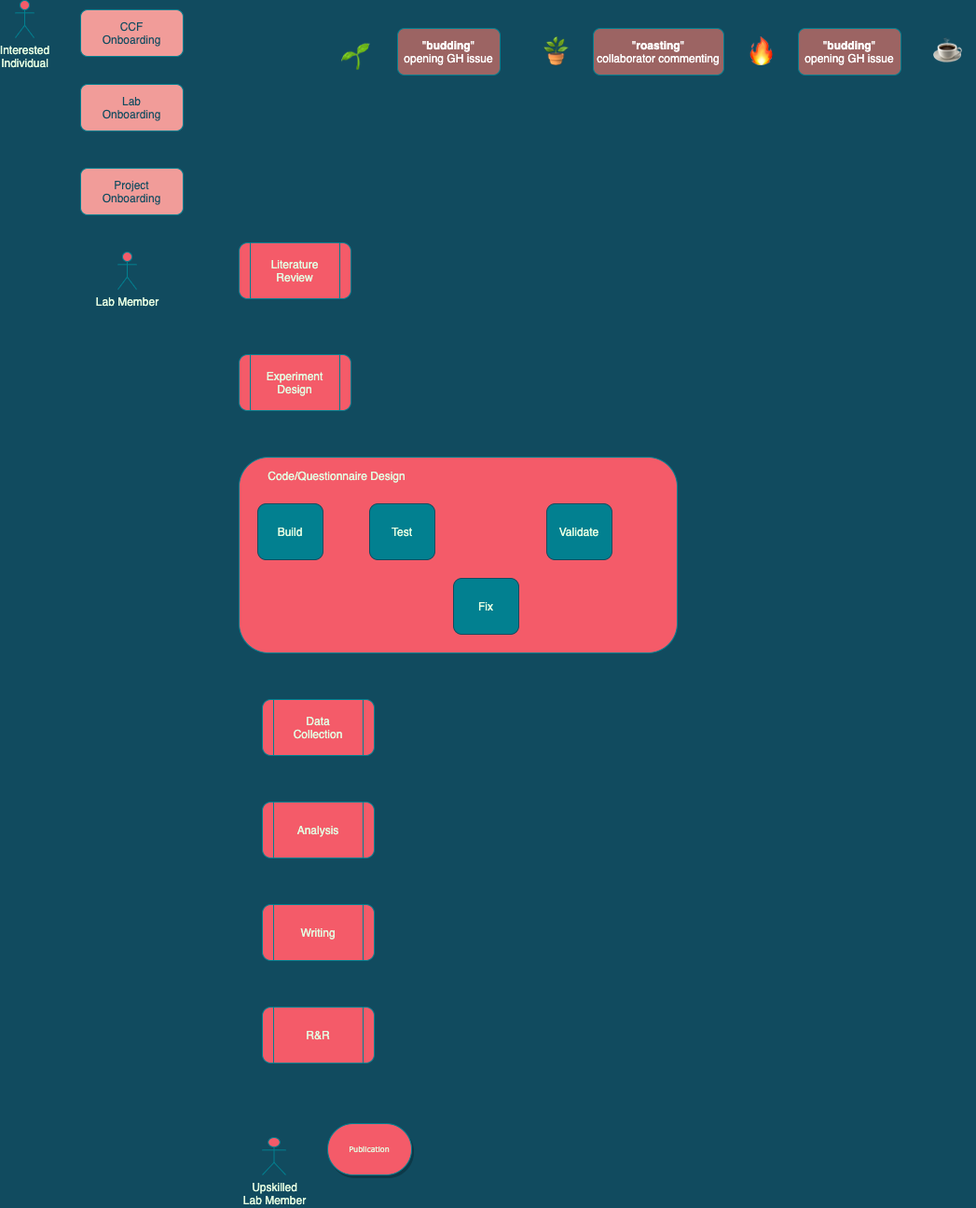
Above: Untitled Diagram.png in jessb0t/marathons (draw.io), before the change. Source tidied: cells renumbered, new cells last; positions are measured from the earlier drawing's top-left corner, leaving out a move shared by most shapes.
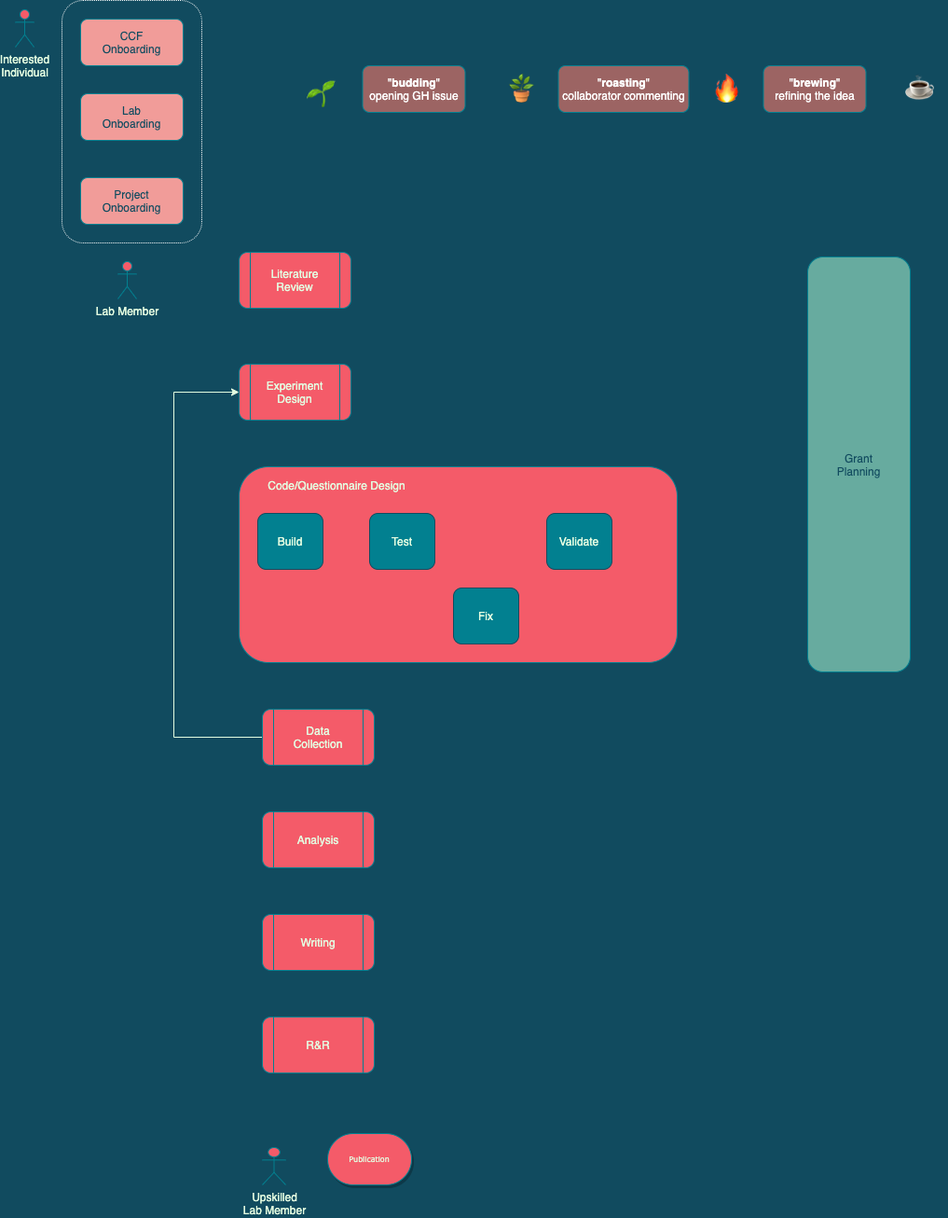
After the commit.

What changed in the source:
```diff
@@ -14,6 +14,14 @@
     <mxCell id="5" style="rounded=1;whiteSpace=wrap;html=1;sketch=0;fontColor=#E4FDE1;strokeColor=#028090;fillColor=#F45B69;" parent="1" vertex="1">
       <mxGeometry x="240" y="490" width="470" height="210" as="geometry" />
     </mxCell>
+    <mxCell id="28" style="edgeStyle=orthogonalEdgeStyle;rounded=0;jettySize=auto;html=1;exitX=0;exitY=0.5;exitDx=0;exitDy=0;entryX=0;entryY=0.5;entryDx=0;entryDy=0;fontSize=31;fontColor=#294540;strokeColor=#E4FDE1;" parent="1" edge="1" source="6" target="4">
+      <mxGeometry relative="1" as="geometry">
+        <Array as="points">
+          <mxPoint x="170" y="780" />
+          <mxPoint x="170" y="410" />
+        </Array>
+      </mxGeometry>
+    </mxCell>
     <mxCell id="6" value="Data&lt;br&gt;Collection" style="shape=process;whiteSpace=wrap;html=1;backgroundOutline=1;rounded=1;sketch=0;fontColor=#E4FDE1;strokeColor=#028090;fillColor=#F45B69;shadow=0;" parent="1" vertex="1">
       <mxGeometry x="265" y="750" width="120" height="60" as="geometry" />
     </mxCell>
@@ -60,25 +68,31 @@
       <mxGeometry width="20" height="40" as="geometry" />
     </mxCell>
     <mxCell id="21" value="🌱" style="rounded=0;whiteSpace=wrap;html=1;shadow=0;fillColor=none;fontSize=31;strokeColor=none;" parent="1" vertex="1">
-      <mxGeometry x="335" y="30" width="60" height="60" as="geometry" />
+      <mxGeometry x="297.5" y="60" width="60" height="60" as="geometry" />
     </mxCell>
     <mxCell id="22" value="☕" style="text;whiteSpace=wrap;html=1;fontSize=31;align=center;" parent="1" vertex="1">
-      <mxGeometry x="970" y="30" width="60" height="50" as="geometry" />
+      <mxGeometry x="940" y="60" width="60" height="50" as="geometry" />
     </mxCell>
     <mxCell id="23" value="🔥" style="text;whiteSpace=wrap;html=1;fontSize=31;align=center;" parent="1" vertex="1">
-      <mxGeometry x="770" y="30" width="60" height="50" as="geometry" />
+      <mxGeometry x="732.5" y="60" width="60" height="50" as="geometry" />
     </mxCell>
     <mxCell id="24" value="🪴" style="text;whiteSpace=wrap;html=1;fontSize=31;align=center;" parent="1" vertex="1">
-      <mxGeometry x="550" y="30" width="60" height="50" as="geometry" />
+      <mxGeometry x="512.5" y="60" width="60" height="50" as="geometry" />
     </mxCell>
     <mxCell id="25" value="&quot;&lt;b&gt;budding&lt;/b&gt;&quot;&lt;br&gt;opening GH issue" style="rounded=1;whiteSpace=wrap;html=1;sketch=0;strokeColor=#028090;gradientColor=none;fillColor=#9C6463;fontColor=#FFFFFF;" parent="1" vertex="1">
-      <mxGeometry x="410" y="30" width="110" height="50" as="geometry" />
+      <mxGeometry x="372.5" y="60" width="110" height="50" as="geometry" />
     </mxCell>
     <mxCell id="26" value="&quot;&lt;b&gt;roasting&lt;/b&gt;&quot;&lt;br&gt;collaborator commenting" style="rounded=1;whiteSpace=wrap;html=1;sketch=0;strokeColor=#028090;gradientColor=none;fillColor=#9C6463;fontColor=#FFFFFF;" parent="1" vertex="1">
-      <mxGeometry x="620" y="30" width="140" height="50" as="geometry" />
+      <mxGeometry x="582.5" y="60" width="140" height="50" as="geometry" />
     </mxCell>
-    <mxCell id="27" value="&quot;&lt;b&gt;budding&lt;/b&gt;&quot;&lt;br&gt;opening GH issue" style="rounded=1;whiteSpace=wrap;html=1;sketch=0;strokeColor=#028090;gradientColor=none;fillColor=#9C6463;fontColor=#FFFFFF;" parent="1" vertex="1">
-      <mxGeometry x="840" y="30" width="110" height="50" as="geometry" />
+    <mxCell id="27" value="&quot;&lt;b&gt;brewing&lt;/b&gt;&quot;&lt;br&gt;refining the idea" style="rounded=1;whiteSpace=wrap;html=1;sketch=0;strokeColor=#028090;gradientColor=none;fillColor=#9C6463;fontColor=#FFFFFF;" parent="1" vertex="1">
+      <mxGeometry x="802.5" y="60" width="110" height="50" as="geometry" />
     </mxCell>
+    <mxCell id="29" value="&lt;font color=&quot;#114b5f&quot;&gt;Grant&lt;br&gt;Planning&lt;/font&gt;" style="rounded=1;whiteSpace=wrap;html=1;sketch=0;fontColor=#E4FDE1;strokeColor=#028090;gradientColor=none;fillColor=#67AB9F;" parent="1" vertex="1">
+      <mxGeometry x="850" y="265" width="110" height="445" as="geometry" />
+    </mxCell>
+    <mxCell id="30" style="rounded=1;whiteSpace=wrap;html=1;shadow=0;fontSize=31;fontColor=#294540;align=center;dashed=1;dashPattern=1 1;strokeColor=#FFFFFF;fillColor=none;" parent="1" vertex="1">
+      <mxGeometry x="50" y="-10" width="150" height="260" as="geometry" />
+    </mxCell>
   </root>
 </mxGraphModel>
```
